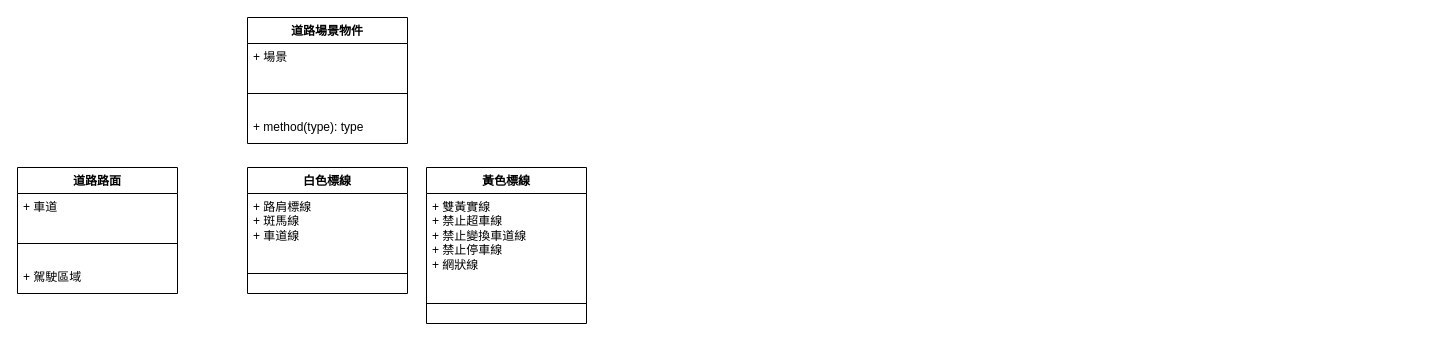
This is Figures/道路物件分類圖.drawio from MoriExist/RoadSegmentwithSuperpixels, a draw.io file, before an edit. Source tidied: cells renumbered, new cells numbered last; positions are measured from the earlier drawing's top-left corner, leaving out a move shared by most shapes. Both pictures are drawn from the tidied source at 100%, with x=0, y=0 at pixel (17, 17).
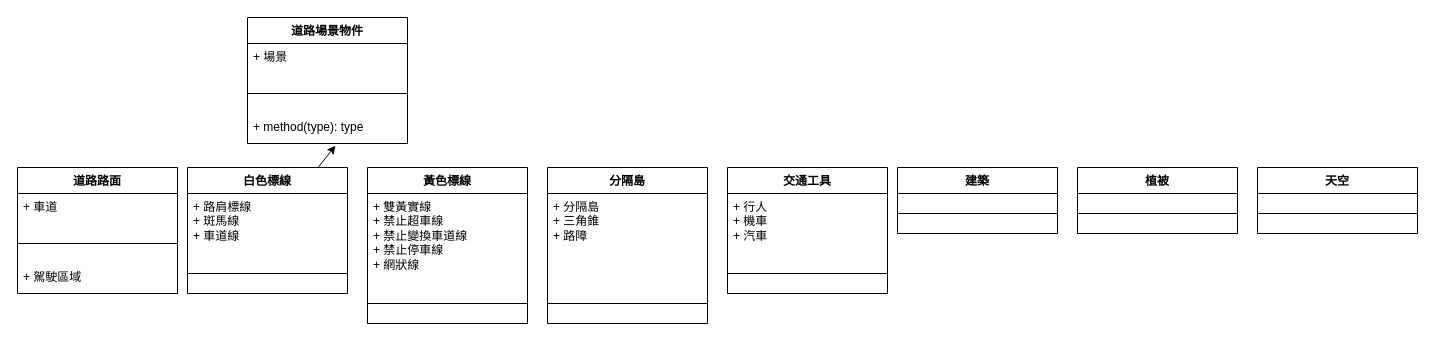
The same diagram, later.

Commit message:
更新道路物件分類圖.drawio

The change refers to these unchanged cells:
```xml
<mxCell id="5" value="+ method(type): type" style="text;strokeColor=none;fillColor=none;align=left;verticalAlign=top;spacingLeft=4;spacingRight=4;overflow=hidden;points=[[0,0.5],[1,0.5]];portConstraint=eastwest;whiteSpace=wrap;html=1;" parent="2" vertex="1">
  <mxGeometry y="96" width="160" height="30" as="geometry" />
</mxCell>
```

The edit, as a diff of the source:
```diff
@@
+    <mxCell id="16" style="rounded=0;jettySize=auto;html=1;entryX=0.55;entryY=1.072;entryDx=0;entryDy=0;entryPerimeter=0;" parent="1" edge="1" source="6" target="5">
+      <mxGeometry relative="1" as="geometry" />
+    </mxCell>
     <mxCell id="6" value="白色標線&lt;br&gt;" style="swimlane;fontStyle=1;align=center;verticalAlign=top;horizontal=1;startSize=26;whiteSpace=wrap;html=1;" parent="1" vertex="1">
-      <mxGeometry x="230" y="150" width="160" height="126" as="geometry" />
+      <mxGeometry x="170" y="150" width="160" height="126" as="geometry" />
     </mxCell>
@@
     <mxCell id="13" value="黃色標線" style="swimlane;fontStyle=1;align=center;verticalAlign=top;horizontal=1;startSize=26;whiteSpace=wrap;html=1;" parent="1" vertex="1">
-      <mxGeometry x="409" y="150" width="160" height="156" as="geometry" />
+      <mxGeometry x="350" y="150" width="160" height="156" as="geometry" />
     </mxCell>
@@
+    <mxCell id="17" value="分隔島" style="swimlane;fontStyle=1;align=center;verticalAlign=top;horizontal=1;startSize=26;whiteSpace=wrap;html=1;" parent="1" vertex="1">
+      <mxGeometry x="530" y="150" width="160" height="156" as="geometry" />
+    </mxCell>
+    <mxCell id="18" value="+ 分隔島&lt;br&gt;+ 三角錐&lt;br&gt;+ 路障" style="text;strokeColor=none;fillColor=none;align=left;verticalAlign=top;spacingLeft=4;spacingRight=4;overflow=hidden;whiteSpace=wrap;html=1;" parent="17" vertex="1">
+      <mxGeometry y="26" width="160" height="90" as="geometry" />
+    </mxCell>
+    <mxCell id="19" style="line;strokeWidth=1;fillColor=none;align=left;verticalAlign=middle;spacingTop=-1;spacingLeft=3;spacingRight=3;labelPosition=right;strokeColor=inherit;" parent="17" vertex="1">
+      <mxGeometry y="116" width="160" height="40" as="geometry" />
+    </mxCell>
+    <mxCell id="20" value="建築" style="swimlane;fontStyle=1;align=center;verticalAlign=top;horizontal=1;startSize=26;whiteSpace=wrap;html=1;" parent="1" vertex="1">
+      <mxGeometry x="880" y="150" width="160" height="66" as="geometry" />
+    </mxCell>
+    <mxCell id="21" style="line;strokeWidth=1;fillColor=none;align=left;verticalAlign=middle;spacingTop=-1;spacingLeft=3;spacingRight=3;labelPosition=right;strokeColor=inherit;" parent="20" vertex="1">
+      <mxGeometry y="26" width="160" height="40" as="geometry" />
+    </mxCell>
+    <mxCell id="22" value="交通工具" style="swimlane;fontStyle=1;align=center;verticalAlign=top;horizontal=1;startSize=26;whiteSpace=wrap;html=1;" parent="1" vertex="1">
+      <mxGeometry x="710" y="150" width="160" height="126" as="geometry" />
+    </mxCell>
+    <mxCell id="23" value="+ 行人&lt;br&gt;+ 機車&lt;br&gt;+ 汽車&lt;br&gt;" style="text;strokeColor=none;fillColor=none;align=left;verticalAlign=top;spacingLeft=4;spacingRight=4;overflow=hidden;whiteSpace=wrap;html=1;" parent="22" vertex="1">
+      <mxGeometry y="26" width="160" height="60" as="geometry" />
+    </mxCell>
+    <mxCell id="24" style="line;strokeWidth=1;fillColor=none;align=left;verticalAlign=middle;spacingTop=-1;spacingLeft=3;spacingRight=3;labelPosition=right;strokeColor=inherit;" parent="22" vertex="1">
+      <mxGeometry y="86" width="160" height="40" as="geometry" />
+    </mxCell>
+    <mxCell id="25" value="植被" style="swimlane;fontStyle=1;align=center;verticalAlign=top;horizontal=1;startSize=26;whiteSpace=wrap;html=1;" parent="1" vertex="1">
+      <mxGeometry x="1060" y="150" width="160" height="66" as="geometry" />
+    </mxCell>
+    <mxCell id="26" style="line;strokeWidth=1;fillColor=none;align=left;verticalAlign=middle;spacingTop=-1;spacingLeft=3;spacingRight=3;labelPosition=right;strokeColor=inherit;" parent="25" vertex="1">
+      <mxGeometry y="26" width="160" height="40" as="geometry" />
+    </mxCell>
+    <mxCell id="27" value="天空" style="swimlane;fontStyle=1;align=center;verticalAlign=top;horizontal=1;startSize=26;whiteSpace=wrap;html=1;" parent="1" vertex="1">
+      <mxGeometry x="1240" y="150" width="160" height="66" as="geometry" />
+    </mxCell>
+    <mxCell id="28" style="line;strokeWidth=1;fillColor=none;align=left;verticalAlign=middle;spacingTop=-1;spacingLeft=3;spacingRight=3;labelPosition=right;strokeColor=inherit;" parent="27" vertex="1">
+      <mxGeometry y="26" width="160" height="40" as="geometry" />
+    </mxCell>
```
